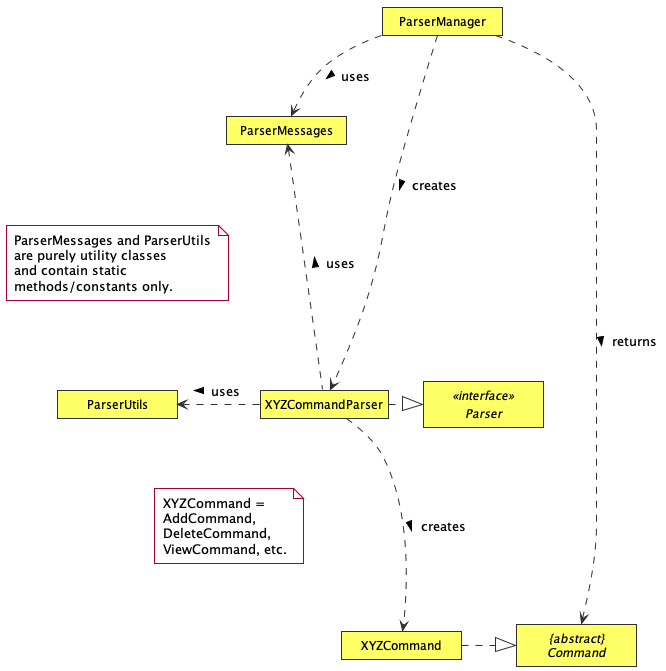
Earlier version of the PlantUML export docs/images/ParserClassDiagram.png (tryyang2001/tp).
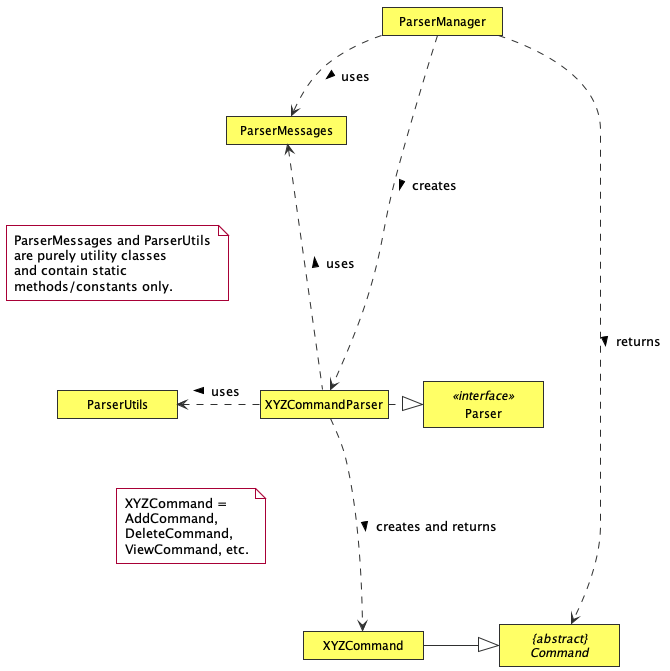
After the change.

The edit, as a diff of the source:
```diff
@@ -10,7 +10,7 @@
 class XYZCommandParser LOGIC_COLOUR
 class XYZCommand LOGIC_COLOUR
 abstract class "{abstract}\nCommand" AS Command LOGIC_COLOUR
-interface Parser <<interface>> LOGIC_COLOUR
+class Parser <<interface>> LOGIC_COLOUR
 
 ParserManager ..> ParserMessages : > uses
 ParserManager .down.> XYZCommandParser : > creates
@@ -30,12 +30,12 @@
 
 
 XYZCommandParser .left.> ParserUtils : > uses
-XYZCommandParser ...> XYZCommand : > creates
+XYZCommandParser ...> XYZCommand : > creates and returns
 XYZCommand -right[hidden]- XYZCommandParser
 ParserManager -down[hidden]-XYZCommandParser
 
 ParserManager ..> Command :> returns
-XYZCommand .|> Command
+XYZCommand -|> Command
 
 note as N1 #white
 ParserMessages and ParserUtils
```
